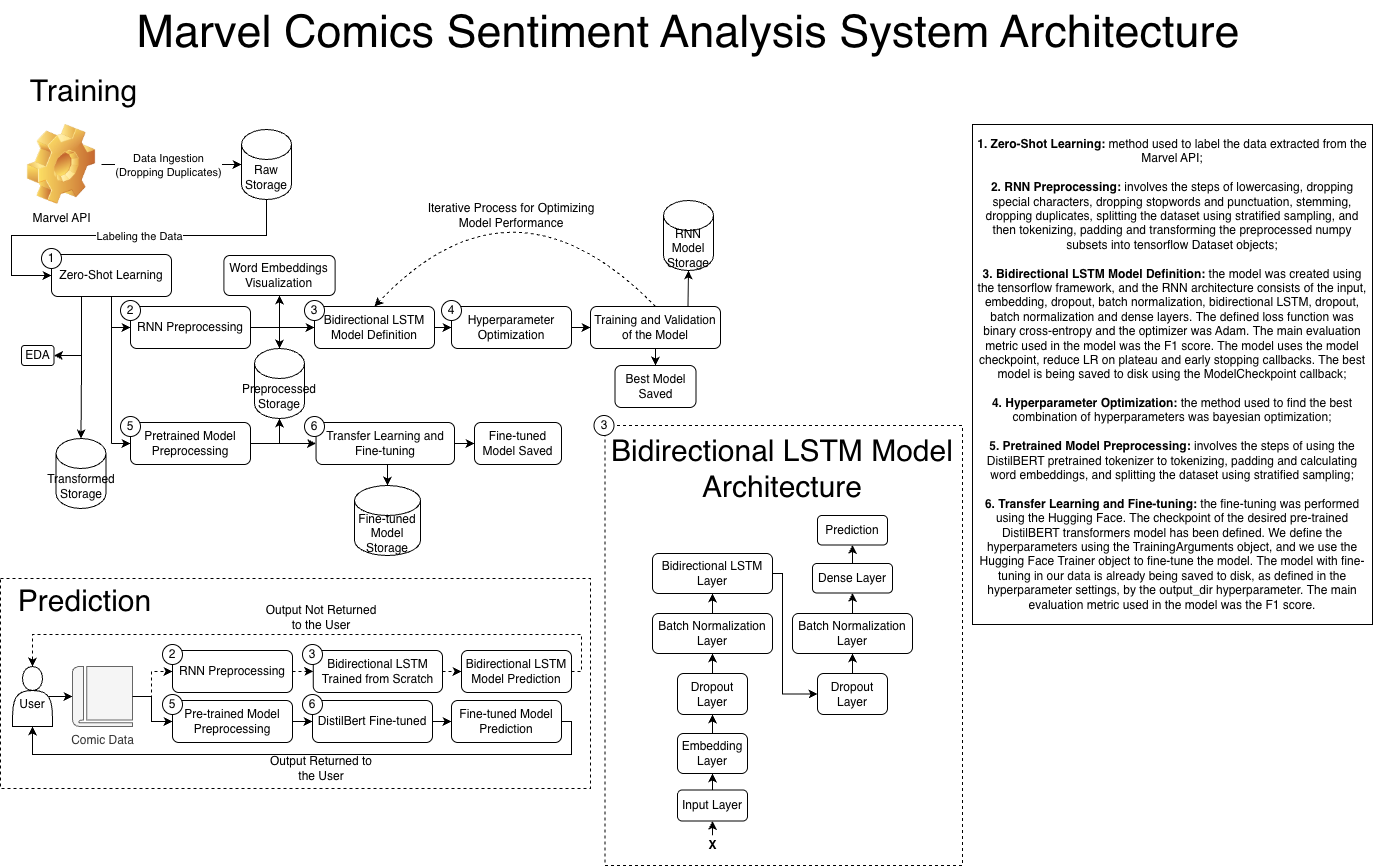
Above: figures/architecture.drawio.png in guidasneves/marvel_sentiment_analysis (draw.io), before the change. Source tidied: cells renumbered, new cells last; positions are measured from the earlier drawing's top-left corner, leaving out a move shared by most shapes.
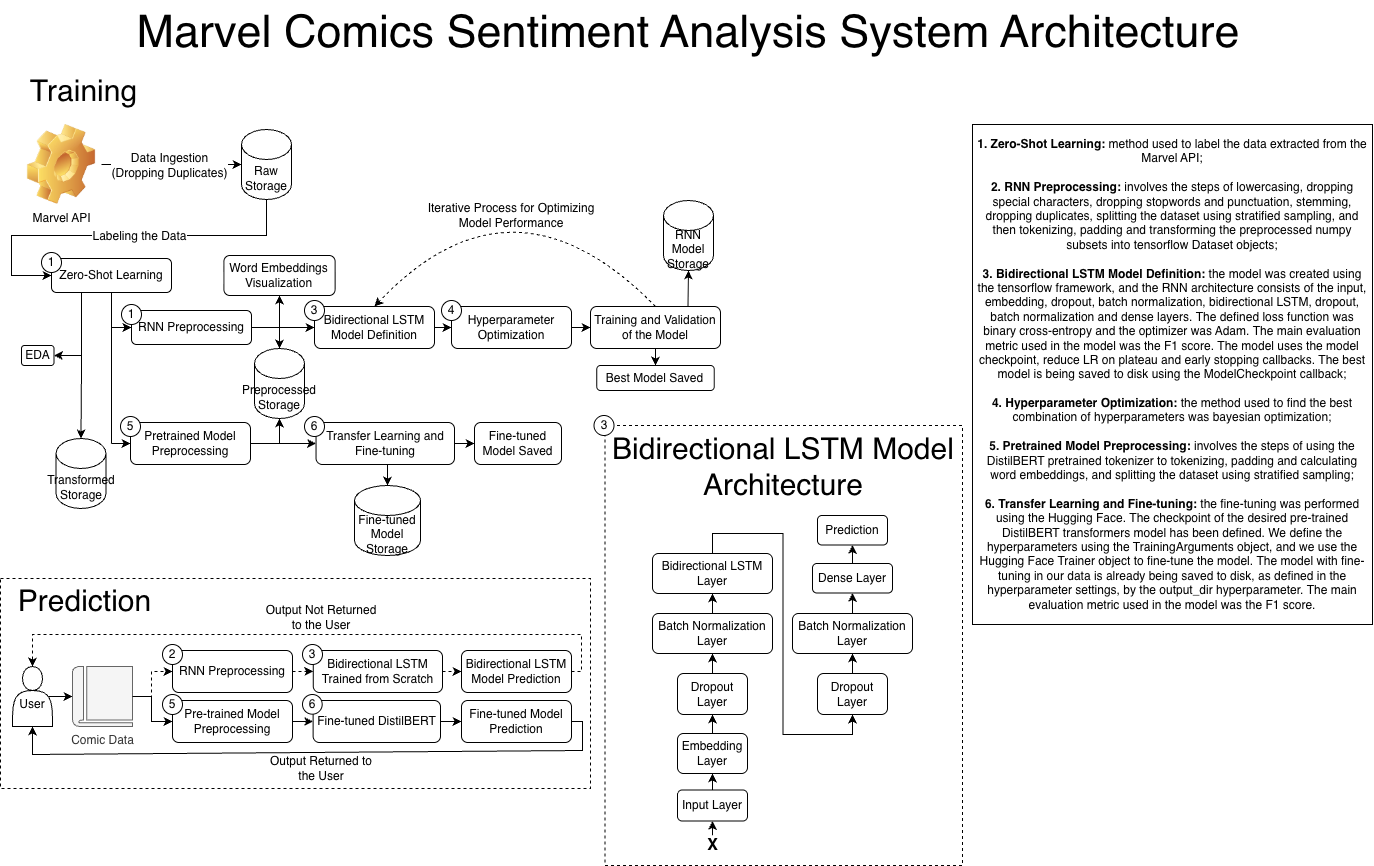
Above is the later version.

What changed in the source:
```diff
@@ -11,7 +11,7 @@
     <mxCell id="4" style="endArrow=classic;html=1;rounded=0;entryX=0;entryY=0.5;entryDx=0;entryDy=0;entryPerimeter=0;exitX=1;exitY=0.5;exitDx=0;exitDy=0;" parent="1" edge="1" source="47" target="3">
       <mxGeometry relative="1" as="geometry" />
     </mxCell>
-    <mxCell id="5" value="Data Ingestion&lt;div&gt;(Dropping Duplicates)&lt;/div&gt;" style="edgeLabel;html=1;align=center;verticalAlign=middle;" parent="4" vertex="1">
+    <mxCell id="5" value="Data Ingestion&lt;div&gt;(Dropping Duplicates)&lt;/div&gt;" style="edgeLabel;html=1;align=center;verticalAlign=middle;fontSize=12;" parent="4" vertex="1">
       <mxGeometry relative="1" as="geometry">
         <mxPoint x="-4" as="offset" />
       </mxGeometry>
@@ -29,17 +29,9 @@
         <mxPoint x="111" y="443" as="sourcePoint" />
       </mxGeometry>
     </mxCell>
-    <mxCell id="9" style="endArrow=classic;html=1;rounded=0;curved=0;entryX=0;entryY=0.5;entryDx=0;entryDy=0;" parent="1" edge="1" target="35">
-      <mxGeometry relative="1" as="geometry">
-        <mxPoint x="111" y="327" as="sourcePoint" />
-      </mxGeometry>
-    </mxCell>
     <mxCell id="10" value="Training" style="text;html=1;whiteSpace=wrap;strokeColor=none;fillColor=none;align=center;verticalAlign=middle;rounded=0;fontSize=30;" parent="1" vertex="1">
       <mxGeometry x="11" y="75" width="145" height="30" as="geometry" />
     </mxCell>
-    <mxCell id="11" style="edgeStyle=orthogonalEdgeStyle;rounded=0;jettySize=auto;html=1;exitX=1;exitY=0.5;exitDx=0;exitDy=0;entryX=0;entryY=0.5;entryDx=0;entryDy=0;" parent="1" edge="1" source="35" target="39">
-      <mxGeometry relative="1" as="geometry" />
-    </mxCell>
     <mxCell id="12" style="edgeStyle=orthogonalEdgeStyle;rounded=0;jettySize=auto;html=1;exitX=1;exitY=0.5;exitDx=0;exitDy=0;entryX=0;entryY=0.5;entryDx=0;entryDy=0;" parent="1" edge="1" source="39" target="41">
       <mxGeometry relative="1" as="geometry" />
     </mxCell>
@@ -63,7 +55,7 @@
       <mxGeometry x="426" y="195" width="170" height="40" as="geometry" />
     </mxCell>
     <mxCell id="18" value="Best Model Saved" style="rounded=1;whiteSpace=wrap;html=1;" parent="1" vertex="1">
-      <mxGeometry x="614.5" y="365" width="81" height="42" as="geometry" />
+      <mxGeometry x="596.2" y="365" width="117.5" height="25" as="geometry" />
     </mxCell>
     <mxCell id="19" style="edgeStyle=orthogonalEdgeStyle;rounded=0;jettySize=auto;html=1;exitX=1;exitY=0.5;exitDx=0;exitDy=0;entryX=0;entryY=0.5;entryDx=0;entryDy=0;" parent="1" edge="1" source="37" target="43">
       <mxGeometry relative="1" as="geometry" />
@@ -71,16 +63,6 @@
     <mxCell id="20" value="&lt;div&gt;Preprocessed&lt;/div&gt;Storage" style="shape=cylinder3;whiteSpace=wrap;html=1;boundedLbl=1;backgroundOutline=1;size=15;" parent="1" vertex="1">
       <mxGeometry x="254" y="348" width="50" height="70" as="geometry" />
     </mxCell>
-    <mxCell id="21" style="endArrow=classic;html=1;rounded=0;curved=0;entryX=0.5;entryY=0;entryDx=0;entryDy=0;entryPerimeter=0;" parent="1" edge="1" target="20">
-      <mxGeometry relative="1" as="geometry">
-        <mxPoint x="279" y="327" as="sourcePoint" />
-      </mxGeometry>
-    </mxCell>
-    <mxCell id="22" style="endArrow=classic;html=1;rounded=0;curved=0;entryX=0.5;entryY=1;entryDx=0;entryDy=0;entryPerimeter=0;" parent="1" edge="1" target="20">
-      <mxGeometry relative="1" as="geometry">
-        <mxPoint x="279" y="443" as="sourcePoint" />
-      </mxGeometry>
-    </mxCell>
     <mxCell id="23" value="&lt;div&gt;&lt;span style=&quot;background-color: transparent; color: light-dark(rgb(0, 0, 0), rgb(255, 255, 255));&quot;&gt;Transformed&lt;/span&gt;&lt;/div&gt;Storage" style="shape=cylinder3;whiteSpace=wrap;html=1;boundedLbl=1;backgroundOutline=1;size=15;" parent="1" vertex="1">
       <mxGeometry x="55.5" y="438" width="50" height="70" as="geometry" />
     </mxCell>
@@ -90,11 +72,6 @@
     <mxCell id="25" value="Word Embeddings Visualization" style="rounded=1;whiteSpace=wrap;html=1;" parent="1" vertex="1">
       <mxGeometry x="223.4" y="255" width="111.2" height="40" as="geometry" />
     </mxCell>
-    <mxCell id="26" style="endArrow=classic;html=1;rounded=0;curved=0;entryX=0.5;entryY=1;entryDx=0;entryDy=0;" parent="1" edge="1" target="25">
-      <mxGeometry relative="1" as="geometry">
-        <mxPoint x="279" y="327" as="sourcePoint" />
-      </mxGeometry>
-    </mxCell>
     <mxCell id="27" style="edgeStyle=orthogonalEdgeStyle;rounded=0;jettySize=auto;html=1;exitX=1;exitY=0.5;exitDx=0;exitDy=0;entryX=0;entryY=0.5;entryDx=0;entryDy=0;" parent="1" edge="1" source="43" target="24">
       <mxGeometry relative="1" as="geometry" />
     </mxCell>
@@ -119,7 +96,7 @@
         </Array>
       </mxGeometry>
     </mxCell>
-    <mxCell id="33" value="Labeling the Data" style="edgeLabel;html=1;align=center;verticalAlign=middle;" parent="32" vertex="1">
+    <mxCell id="33" value="Labeling the Data" style="edgeLabel;html=1;align=center;verticalAlign=middle;fontSize=12;" parent="32" vertex="1">
       <mxGeometry relative="1" as="geometry">
         <mxPoint x="22" as="offset" />
       </mxGeometry>
@@ -127,12 +104,6 @@
     <mxCell id="34" style="edgeStyle=orthogonalEdgeStyle;rounded=0;jettySize=auto;html=1;exitX=0.25;exitY=1;exitDx=0;exitDy=0;entryX=1;entryY=0.5;entryDx=0;entryDy=0;" parent="1" edge="1" source="45" target="6">
       <mxGeometry relative="1" as="geometry" />
     </mxCell>
-    <mxCell id="35" value="RNN Preprocessing" style="rounded=1;whiteSpace=wrap;html=1;" parent="1" vertex="1">
-      <mxGeometry x="130" y="306" width="120" height="42" as="geometry" />
-    </mxCell>
-    <mxCell id="36" value="2" style="ellipse;whiteSpace=wrap;html=1;" parent="1" vertex="1">
-      <mxGeometry x="120" y="300" width="20" height="20" as="geometry" />
-    </mxCell>
     <mxCell id="37" value="Pretrained Model Preprocessing" style="rounded=1;whiteSpace=wrap;html=1;" parent="1" vertex="1">
       <mxGeometry x="130" y="422" width="120" height="42" as="geometry" />
     </mxCell>
@@ -157,12 +128,6 @@
     <mxCell id="44" value="6" style="ellipse;whiteSpace=wrap;html=1;" parent="1" vertex="1">
       <mxGeometry x="304" y="416" width="20" height="20" as="geometry" />
     </mxCell>
-    <mxCell id="45" value="Zero-Shot Learning" style="rounded=1;whiteSpace=wrap;html=1;" parent="1" vertex="1">
-      <mxGeometry x="51" y="254" width="120" height="42" as="geometry" />
-    </mxCell>
-    <mxCell id="46" value="1" style="ellipse;whiteSpace=wrap;html=1;" parent="1" vertex="1">
-      <mxGeometry x="41" y="248" width="20" height="20" as="geometry" />
-    </mxCell>
     <mxCell id="47" value="Marvel API" style="image;html=1;image=img/lib/clip_art/general/Gear_128x128.png;" parent="1" vertex="1">
       <mxGeometry x="21" y="124" width="80" height="80" as="geometry" />
     </mxCell>
@@ -172,6 +137,9 @@
     <mxCell id="49" style="group;" parent="1" vertex="1">
       <mxGeometry y="578" width="590" height="210" as="geometry" />
     </mxCell>
+    <mxCell id="77" style="rounded=0;whiteSpace=wrap;html=1;dashed=1;fillColor=none;" parent="49" vertex="1">
+      <mxGeometry width="590" height="210" as="geometry" />
+    </mxCell>
     <mxCell id="50" value="&lt;div&gt;&lt;br&gt;&lt;/div&gt;&lt;div&gt;User&lt;/div&gt;" style="shape=actor;whiteSpace=wrap;html=1;" parent="49" vertex="1">
       <mxGeometry x="12" y="88" width="40" height="60" as="geometry" />
     </mxCell>
@@ -195,7 +163,7 @@
       </mxGeometry>
     </mxCell>
     <mxCell id="55" value="Fine-tuned Model Prediction" style="rounded=1;whiteSpace=wrap;html=1;" parent="49" vertex="1">
-      <mxGeometry x="451" y="122" width="110" height="42" as="geometry" />
+      <mxGeometry x="461" y="122" width="110" height="42" as="geometry" />
     </mxCell>
     <mxCell id="56" value="Bidirectional LSTM Model Prediction" style="rounded=1;whiteSpace=wrap;html=1;" parent="49" vertex="1">
       <mxGeometry x="461" y="72" width="110" height="42" as="geometry" />
@@ -222,13 +190,13 @@
       <mxGeometry width="20" height="20" as="geometry" />
     </mxCell>
     <mxCell id="64" style="group;" parent="49" vertex="1">
-      <mxGeometry x="302" y="116" width="130" height="48" as="geometry" />
+      <mxGeometry x="302" y="116" width="138" height="48" as="geometry" />
     </mxCell>
-    <mxCell id="65" value="DistilBert Fine-tuned" style="rounded=1;whiteSpace=wrap;html=1;" parent="64" vertex="1">
-      <mxGeometry x="10" y="6" width="120" height="42" as="geometry" />
+    <mxCell id="65" value="Fine-tuned DistilBERT" style="rounded=1;whiteSpace=wrap;html=1;" parent="64" vertex="1">
+      <mxGeometry x="10.6" y="6" width="127.4" height="42" as="geometry" />
     </mxCell>
     <mxCell id="66" value="6" style="ellipse;whiteSpace=wrap;html=1;" parent="64" vertex="1">
-      <mxGeometry width="20" height="20" as="geometry" />
+      <mxGeometry width="19.7" height="19.7" as="geometry" />
     </mxCell>
     <mxCell id="67" style="edgeStyle=orthogonalEdgeStyle;rounded=0;jettySize=auto;html=1;exitX=1;exitY=0.5;exitDx=0;exitDy=0;entryX=0;entryY=0.5;entryDx=0;entryDy=0;" parent="49" edge="1" source="62" target="65">
       <mxGeometry relative="1" as="geometry" />
@@ -239,8 +207,8 @@
     <mxCell id="69" style="html=1;labelBackgroundColor=#ffffff;startArrow=none;startFill=0;endArrow=classic;endFill=1;jettySize=auto;strokeWidth=1;fontSize=14;rounded=0;entryX=0.5;entryY=1;entryDx=0;entryDy=0;exitX=1;exitY=0.5;exitDx=0;exitDy=0;curved=0;" parent="49" edge="1" source="55" target="50">
       <mxGeometry relative="1" as="geometry">
         <Array as="points">
-          <mxPoint x="571" y="143" />
-          <mxPoint x="571" y="176" />
+          <mxPoint x="582" y="143" />
+          <mxPoint x="582" y="172" />
           <mxPoint x="32" y="176" />
         </Array>
       </mxGeometry>
@@ -277,22 +245,22 @@
     <mxCell id="76" value="Bidirectional LSTM Trained from Scratch" style="rounded=1;whiteSpace=wrap;html=1;" parent="49" vertex="1">
       <mxGeometry x="312.8" y="72" width="129.2" height="42" as="geometry" />
     </mxCell>
-    <mxCell id="77" style="rounded=0;whiteSpace=wrap;html=1;dashed=1;fillColor=none;" parent="49" vertex="1">
-      <mxGeometry width="590" height="210" as="geometry" />
-    </mxCell>
     <mxCell id="78" value="3" style="ellipse;whiteSpace=wrap;html=1;" parent="49" vertex="1">
       <mxGeometry x="302" y="66" width="20" height="20" as="geometry" />
     </mxCell>
     <mxCell id="79" style="group;" parent="1" vertex="1">
       <mxGeometry x="593.5" y="415" width="368.5" height="450" as="geometry" />
     </mxCell>
+    <mxCell id="100" style="rounded=0;whiteSpace=wrap;html=1;dashed=1;fillColor=none;" parent="79" vertex="1">
+      <mxGeometry x="11" y="10" width="357.5" height="440" as="geometry" />
+    </mxCell>
     <mxCell id="80" value="Bidirectional LSTM Model&lt;div&gt;Architecture&lt;/div&gt;" style="text;html=1;whiteSpace=wrap;strokeColor=none;fillColor=none;align=center;verticalAlign=middle;rounded=0;fontSize=30;" parent="79" vertex="1">
-      <mxGeometry x="8.5" y="38" width="360" height="30" as="geometry" />
+      <mxGeometry x="9.8" y="10" width="360" height="82" as="geometry" />
     </mxCell>
     <mxCell id="81" style="edgeStyle=orthogonalEdgeStyle;rounded=0;jettySize=auto;html=1;exitX=0.5;exitY=0;exitDx=0;exitDy=0;entryX=0.5;entryY=1;entryDx=0;entryDy=0;" parent="79" edge="1" source="82" target="84">
       <mxGeometry relative="1" as="geometry" />
     </mxCell>
-    <mxCell id="82" value="&lt;b&gt;X&lt;/b&gt;" style="text;html=1;whiteSpace=wrap;strokeColor=none;fillColor=none;align=center;verticalAlign=middle;rounded=0;" parent="79" vertex="1">
+    <mxCell id="82" value="&lt;b&gt;X&lt;/b&gt;" style="text;html=1;whiteSpace=wrap;strokeColor=none;fillColor=none;align=center;verticalAlign=middle;rounded=0;fontSize=16;" parent="79" vertex="1">
       <mxGeometry x="110.2" y="419.8" width="16.5" height="20" as="geometry" />
     </mxCell>
     <mxCell id="83" style="edgeStyle=orthogonalEdgeStyle;rounded=0;jettySize=auto;html=1;exitX=0.5;exitY=0;exitDx=0;exitDy=0;entryX=0.5;entryY=1;entryDx=0;entryDy=0;" parent="79" edge="1" source="84" target="86">
@@ -319,10 +287,13 @@
     <mxCell id="90" value="Batch Normalization Layer" style="rounded=1;whiteSpace=wrap;html=1;" parent="79" vertex="1">
       <mxGeometry x="58.5" y="198" width="120" height="40" as="geometry" />
     </mxCell>
-    <mxCell id="91" style="edgeStyle=orthogonalEdgeStyle;rounded=0;jettySize=auto;html=1;exitX=1;exitY=0.5;exitDx=0;exitDy=0;entryX=0;entryY=0.5;entryDx=0;entryDy=0;" parent="79" edge="1" source="92" target="94">
+    <mxCell id="91" style="edgeStyle=orthogonalEdgeStyle;rounded=0;jettySize=auto;html=1;exitX=0.5;exitY=0;exitDx=0;exitDy=0;entryX=0.5;entryY=1;entryDx=0;entryDy=0;" parent="79" edge="1" source="92" target="94">
       <mxGeometry relative="1" as="geometry">
         <Array as="points">
-          <mxPoint x="188.5" y="158" />
+          <mxPoint x="119" y="118" />
+          <mxPoint x="189" y="118" />
+          <mxPoint x="189" y="319" />
+          <mxPoint x="259" y="319" />
         </Array>
       </mxGeometry>
     </mxCell>
@@ -350,14 +321,44 @@
     <mxCell id="99" value="Prediction" style="rounded=1;whiteSpace=wrap;html=1;" parent="79" vertex="1">
       <mxGeometry x="223.5" y="100" width="70" height="29.5" as="geometry" />
     </mxCell>
-    <mxCell id="100" style="rounded=0;whiteSpace=wrap;html=1;dashed=1;fillColor=none;" parent="79" vertex="1">
-      <mxGeometry x="11" y="10" width="357.5" height="440" as="geometry" />
-    </mxCell>
     <mxCell id="101" value="3" style="ellipse;whiteSpace=wrap;html=1;" parent="79" vertex="1">
       <mxGeometry width="20" height="20" as="geometry" />
     </mxCell>
     <mxCell id="102" value="Marvel Comics Sentiment Analysis System Architecture" style="text;html=1;whiteSpace=wrap;strokeColor=none;fillColor=none;align=center;verticalAlign=middle;rounded=0;fontSize=45;" parent="1" vertex="1">
       <mxGeometry x="118" width="1140" height="60" as="geometry" />
     </mxCell>
+    <mxCell id="103" style="group;" parent="1" vertex="1">
+      <mxGeometry x="41" y="248" width="130" height="48" as="geometry" />
+    </mxCell>
+    <mxCell id="45" value="Zero-Shot Learning" style="rounded=1;whiteSpace=wrap;html=1;" parent="103" vertex="1">
+      <mxGeometry x="10" y="10" width="120" height="34" as="geometry" />
+    </mxCell>
+    <mxCell id="46" value="1" style="ellipse;whiteSpace=wrap;html=1;" parent="103" vertex="1">
+      <mxGeometry y="4" width="20" height="20" as="geometry" />
+    </mxCell>
+    <mxCell id="104" style="group;" parent="1" vertex="1">
+      <mxGeometry x="121" y="300" width="130" height="48" as="geometry" />
+    </mxCell>
+    <mxCell id="35" value="RNN Preprocessing" style="rounded=1;whiteSpace=wrap;html=1;" parent="104" vertex="1">
+      <mxGeometry x="10" y="10" width="120" height="34" as="geometry" />
+    </mxCell>
+    <mxCell id="105" value="1" style="ellipse;whiteSpace=wrap;html=1;" parent="104" vertex="1">
+      <mxGeometry y="4" width="20" height="20" as="geometry" />
+    </mxCell>
+    <mxCell id="106" style="edgeStyle=orthogonalEdgeStyle;rounded=0;jettySize=auto;html=1;exitX=0.5;exitY=1;exitDx=0;exitDy=0;entryX=0;entryY=0.5;entryDx=0;entryDy=0;" parent="1" edge="1" source="45" target="35">
+      <mxGeometry relative="1" as="geometry" />
+    </mxCell>
+    <mxCell id="11" style="edgeStyle=orthogonalEdgeStyle;rounded=0;jettySize=auto;html=1;exitX=1;exitY=0.5;exitDx=0;exitDy=0;entryX=0;entryY=0.5;entryDx=0;entryDy=0;" parent="1" edge="1" source="35" target="39">
+      <mxGeometry relative="1" as="geometry" />
+    </mxCell>
+    <mxCell id="107" style="edgeStyle=orthogonalEdgeStyle;rounded=0;jettySize=auto;html=1;exitX=1;exitY=0.5;exitDx=0;exitDy=0;entryX=0.5;entryY=0;entryDx=0;entryDy=0;entryPerimeter=0;" parent="1" edge="1" source="35" target="20">
+      <mxGeometry relative="1" as="geometry" />
+    </mxCell>
+    <mxCell id="108" style="edgeStyle=orthogonalEdgeStyle;rounded=0;jettySize=auto;html=1;exitX=1;exitY=0.5;exitDx=0;exitDy=0;entryX=0.5;entryY=1;entryDx=0;entryDy=0;" parent="1" edge="1" source="35" target="25">
+      <mxGeometry relative="1" as="geometry" />
+    </mxCell>
+    <mxCell id="109" style="edgeStyle=orthogonalEdgeStyle;rounded=0;jettySize=auto;html=1;exitX=1;exitY=0.5;exitDx=0;exitDy=0;entryX=0.5;entryY=1;entryDx=0;entryDy=0;entryPerimeter=0;" parent="1" edge="1" source="37" target="20">
+      <mxGeometry relative="1" as="geometry" />
+    </mxCell>
   </root>
 </mxGraphModel>
```
